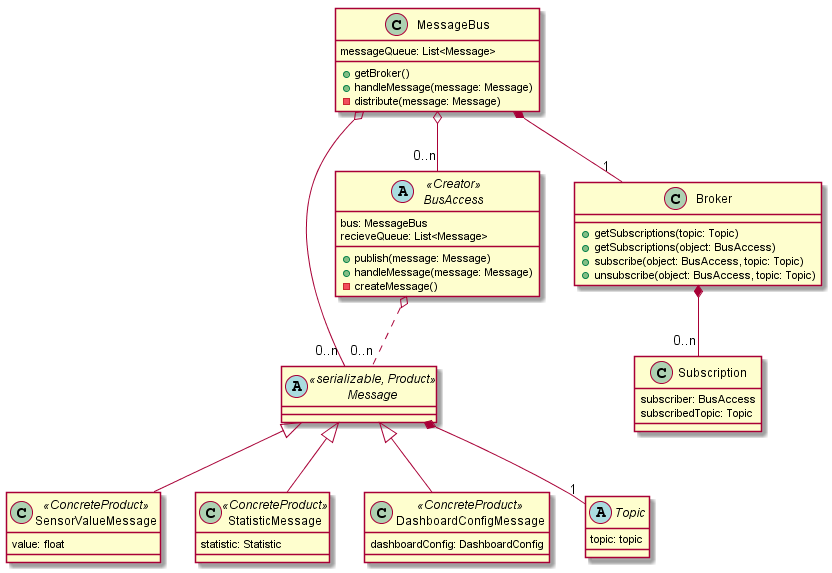
Above: Entwurf/diagrams/Bus.png in uzdry/PSE (PlantUML), before the change.
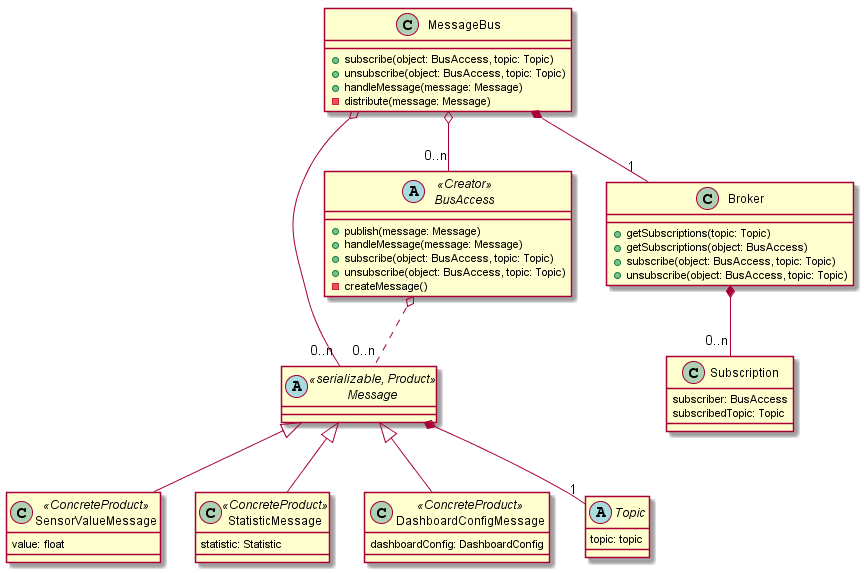
The same diagram one commit later.

Commit message:
another bus update

Diff of the diagram source:
```diff
@@ -24,10 +24,10 @@
 Message <|-- DashboardConfigMessage
 
 abstract class BusAccess << Creator >> {
-	bus: MessageBus
-	recieveQueue: List<Message>
 	+publish(message: Message)
 	+handleMessage(message: Message)
+	+subscribe(object: BusAccess, topic: Topic)
+	+unsubscribe(object: BusAccess, topic: Topic)
 	-createMessage()
 }
 
@@ -44,8 +44,8 @@
 }
 
 class MessageBus {
-	messageQueue: List<Message>
-	+getBroker()
+	+subscribe(object: BusAccess, topic: Topic)
+	+unsubscribe(object: BusAccess, topic: Topic)
 	+handleMessage(message: Message)
 	-distribute(message: Message)
 }
```
